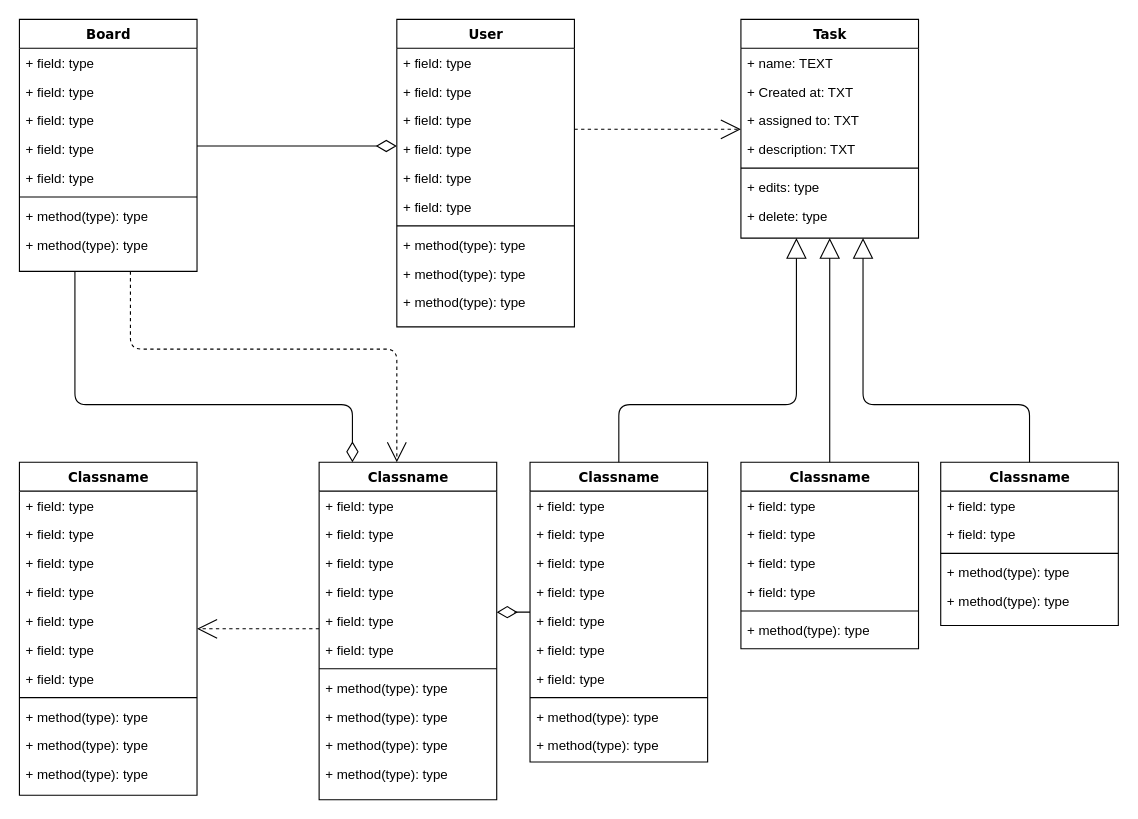
Before: Untitled Diagram.drawio in HFMIRE/To-do-list, a draw.io diagram. Source tidied: cells renumbered, new cells numbered last; positions are measured from the earlier drawing's top-left corner, leaving out a move shared by most shapes. Both pictures are drawn from the tidied source at 111%, with x=0, y=0 at pixel (19, 19).
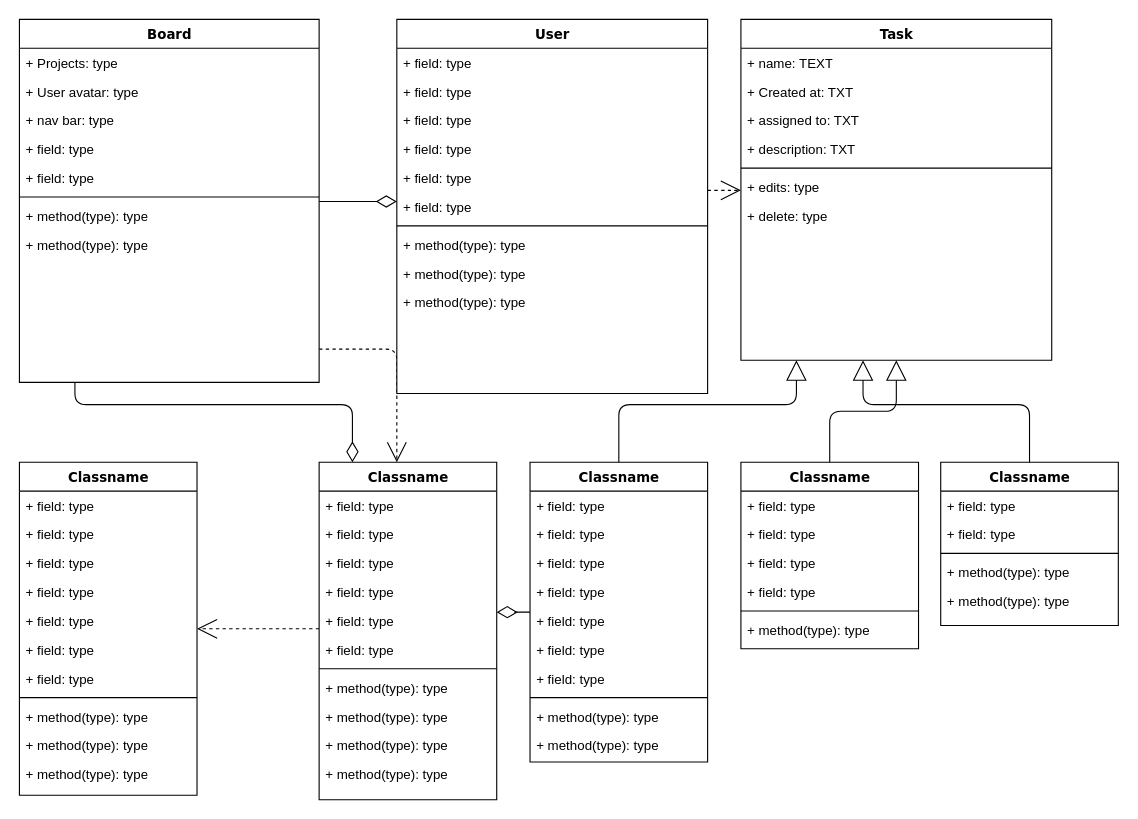
The same diagram, later.

What changed in the source:
```diff
@@
     <mxCell id="4" value="Board" style="swimlane;html=1;fontStyle=1;align=center;verticalAlign=top;horizontal=1;startSize=26;swimlaneFillColor=#ffffff;rounded=0;shadow=0;comic=0;labelBackgroundColor=none;strokeWidth=1;fillColor=none;fontFamily=Verdana;fontSize=12;" parent="1" vertex="1">
-      <mxGeometry width="160" height="227" as="geometry" />
+      <mxGeometry width="270" height="327" as="geometry" />
     </mxCell>
-    <mxCell id="5" value="+ field: type" style="text;html=1;strokeColor=none;fillColor=none;align=left;verticalAlign=top;spacingLeft=4;spacingRight=4;whiteSpace=wrap;overflow=hidden;" parent="4" vertex="1">
-      <mxGeometry y="26" width="160" height="26" as="geometry" />
+    <mxCell id="5" value="+ Projects: type" style="text;html=1;strokeColor=none;fillColor=none;align=left;verticalAlign=top;spacingLeft=4;spacingRight=4;whiteSpace=wrap;overflow=hidden;" parent="4" vertex="1">
+      <mxGeometry y="26" width="270" height="26" as="geometry" />
     </mxCell>
-    <mxCell id="6" value="+ field: type" style="text;html=1;strokeColor=none;fillColor=none;align=left;verticalAlign=top;spacingLeft=4;spacingRight=4;whiteSpace=wrap;overflow=hidden;" parent="4" vertex="1">
-      <mxGeometry y="52" width="160" height="26" as="geometry" />
+    <mxCell id="6" value="+ User avatar: type" style="text;html=1;strokeColor=none;fillColor=none;align=left;verticalAlign=top;spacingLeft=4;spacingRight=4;whiteSpace=wrap;overflow=hidden;" parent="4" vertex="1">
+      <mxGeometry y="52" width="270" height="26" as="geometry" />
     </mxCell>
-    <mxCell id="7" value="+ field: type" style="text;html=1;strokeColor=none;fillColor=none;align=left;verticalAlign=top;spacingLeft=4;spacingRight=4;whiteSpace=wrap;overflow=hidden;" parent="4" vertex="1">
-      <mxGeometry y="78" width="160" height="26" as="geometry" />
+    <mxCell id="7" value="+ nav bar: type" style="text;html=1;strokeColor=none;fillColor=none;align=left;verticalAlign=top;spacingLeft=4;spacingRight=4;whiteSpace=wrap;overflow=hidden;" parent="4" vertex="1">
+      <mxGeometry y="78" width="270" height="26" as="geometry" />
     </mxCell>
     <mxCell id="8" value="+ field: type" style="text;html=1;strokeColor=none;fillColor=none;align=left;verticalAlign=top;spacingLeft=4;spacingRight=4;whiteSpace=wrap;overflow=hidden;" parent="4" vertex="1">
-      <mxGeometry y="104" width="160" height="26" as="geometry" />
+      <mxGeometry y="104" width="270" height="26" as="geometry" />
     </mxCell>
     <mxCell id="9" value="+ field: type" style="text;html=1;strokeColor=none;fillColor=none;align=left;verticalAlign=top;spacingLeft=4;spacingRight=4;whiteSpace=wrap;overflow=hidden;" parent="4" vertex="1">
-      <mxGeometry y="130" width="160" height="26" as="geometry" />
+      <mxGeometry y="130" width="270" height="26" as="geometry" />
     </mxCell>
     <mxCell id="10" style="line;html=1;strokeWidth=1;fillColor=none;align=left;verticalAlign=middle;spacingTop=-1;spacingLeft=3;spacingRight=3;labelPosition=right;" parent="4" vertex="1">
-      <mxGeometry y="156" width="160" height="8" as="geometry" />
+      <mxGeometry y="156" width="270" height="8" as="geometry" />
     </mxCell>
     <mxCell id="11" value="+ method(type): type" style="text;html=1;strokeColor=none;fillColor=none;align=left;verticalAlign=top;spacingLeft=4;spacingRight=4;whiteSpace=wrap;overflow=hidden;" parent="4" vertex="1">
-      <mxGeometry y="164" width="160" height="26" as="geometry" />
+      <mxGeometry y="164" width="270" height="26" as="geometry" />
     </mxCell>
     <mxCell id="12" value="+ method(type): type" style="text;html=1;strokeColor=none;fillColor=none;align=left;verticalAlign=top;spacingLeft=4;spacingRight=4;whiteSpace=wrap;overflow=hidden;" parent="4" vertex="1">
-      <mxGeometry y="190" width="160" height="26" as="geometry" />
+      <mxGeometry y="190" width="270" height="26" as="geometry" />
     </mxCell>
@@
     <mxCell id="14" value="User" style="swimlane;html=1;fontStyle=1;align=center;verticalAlign=top;horizontal=1;startSize=26;swimlaneFillColor=#ffffff;rounded=0;shadow=0;comic=0;labelBackgroundColor=none;strokeWidth=1;fillColor=none;fontFamily=Verdana;fontSize=12;" parent="1" vertex="1">
-      <mxGeometry x="340" width="160" height="277" as="geometry" />
+      <mxGeometry x="340" width="280" height="337" as="geometry" />
     </mxCell>
     <mxCell id="15" value="+ field: type" style="text;html=1;strokeColor=none;fillColor=none;align=left;verticalAlign=top;spacingLeft=4;spacingRight=4;whiteSpace=wrap;overflow=hidden;" parent="14" vertex="1">
-      <mxGeometry y="26" width="160" height="26" as="geometry" />
+      <mxGeometry y="26" width="280" height="26" as="geometry" />
     </mxCell>
     <mxCell id="16" value="+ field: type" style="text;html=1;strokeColor=none;fillColor=none;align=left;verticalAlign=top;spacingLeft=4;spacingRight=4;whiteSpace=wrap;overflow=hidden;" parent="14" vertex="1">
-      <mxGeometry y="52" width="160" height="26" as="geometry" />
+      <mxGeometry y="52" width="280" height="26" as="geometry" />
     </mxCell>
     <mxCell id="17" value="+ field: type" style="text;html=1;strokeColor=none;fillColor=none;align=left;verticalAlign=top;spacingLeft=4;spacingRight=4;whiteSpace=wrap;overflow=hidden;" parent="14" vertex="1">
-      <mxGeometry y="78" width="160" height="26" as="geometry" />
+      <mxGeometry y="78" width="280" height="26" as="geometry" />
     </mxCell>
     <mxCell id="18" value="+ field: type" style="text;html=1;strokeColor=none;fillColor=none;align=left;verticalAlign=top;spacingLeft=4;spacingRight=4;whiteSpace=wrap;overflow=hidden;" parent="14" vertex="1">
-      <mxGeometry y="104" width="160" height="26" as="geometry" />
+      <mxGeometry y="104" width="280" height="26" as="geometry" />
     </mxCell>
     <mxCell id="19" value="+ field: type" style="text;html=1;strokeColor=none;fillColor=none;align=left;verticalAlign=top;spacingLeft=4;spacingRight=4;whiteSpace=wrap;overflow=hidden;" parent="14" vertex="1">
-      <mxGeometry y="130" width="160" height="26" as="geometry" />
+      <mxGeometry y="130" width="280" height="26" as="geometry" />
     </mxCell>
     <mxCell id="20" value="+ field: type" style="text;html=1;strokeColor=none;fillColor=none;align=left;verticalAlign=top;spacingLeft=4;spacingRight=4;whiteSpace=wrap;overflow=hidden;" parent="14" vertex="1">
-      <mxGeometry y="156" width="160" height="26" as="geometry" />
+      <mxGeometry y="156" width="280" height="26" as="geometry" />
     </mxCell>
     <mxCell id="21" style="line;html=1;strokeWidth=1;fillColor=none;align=left;verticalAlign=middle;spacingTop=-1;spacingLeft=3;spacingRight=3;labelPosition=right;" parent="14" vertex="1">
-      <mxGeometry y="182" width="160" height="8" as="geometry" />
+      <mxGeometry y="182" width="280" height="8" as="geometry" />
     </mxCell>
     <mxCell id="22" value="+ method(type): type" style="text;html=1;strokeColor=none;fillColor=none;align=left;verticalAlign=top;spacingLeft=4;spacingRight=4;whiteSpace=wrap;overflow=hidden;" parent="14" vertex="1">
-      <mxGeometry y="190" width="160" height="26" as="geometry" />
+      <mxGeometry y="190" width="280" height="26" as="geometry" />
     </mxCell>
     <mxCell id="23" value="+ method(type): type" style="text;html=1;strokeColor=none;fillColor=none;align=left;verticalAlign=top;spacingLeft=4;spacingRight=4;whiteSpace=wrap;overflow=hidden;" parent="14" vertex="1">
-      <mxGeometry y="216" width="160" height="26" as="geometry" />
+      <mxGeometry y="216" width="280" height="26" as="geometry" />
     </mxCell>
     <mxCell id="24" value="+ method(type): type" style="text;html=1;strokeColor=none;fillColor=none;align=left;verticalAlign=top;spacingLeft=4;spacingRight=4;whiteSpace=wrap;overflow=hidden;" parent="14" vertex="1">
-      <mxGeometry y="242" width="160" height="26" as="geometry" />
+      <mxGeometry y="242" width="280" height="26" as="geometry" />
     </mxCell>
     <mxCell id="25" value="Task" style="swimlane;html=1;fontStyle=1;align=center;verticalAlign=top;horizontal=1;startSize=26;swimlaneFillColor=#ffffff;rounded=0;shadow=0;comic=0;labelBackgroundColor=none;strokeWidth=1;fillColor=none;fontFamily=Verdana;fontSize=12;" parent="1" vertex="1">
-      <mxGeometry x="650" width="160" height="197" as="geometry" />
+      <mxGeometry x="650" width="280" height="307" as="geometry" />
     </mxCell>
     <mxCell id="26" value="+ name: TEXT" style="text;html=1;strokeColor=none;fillColor=none;align=left;verticalAlign=top;spacingLeft=4;spacingRight=4;whiteSpace=wrap;overflow=hidden;" parent="25" vertex="1">
-      <mxGeometry y="26" width="160" height="26" as="geometry" />
+      <mxGeometry y="26" width="280" height="26" as="geometry" />
     </mxCell>
     <mxCell id="27" value="+ Created at: TXT" style="text;html=1;strokeColor=none;fillColor=none;align=left;verticalAlign=top;spacingLeft=4;spacingRight=4;whiteSpace=wrap;overflow=hidden;" parent="25" vertex="1">
-      <mxGeometry y="52" width="160" height="26" as="geometry" />
+      <mxGeometry y="52" width="280" height="26" as="geometry" />
     </mxCell>
     <mxCell id="28" value="+ assigned to: TXT" style="text;html=1;strokeColor=none;fillColor=none;align=left;verticalAlign=top;spacingLeft=4;spacingRight=4;whiteSpace=wrap;overflow=hidden;" parent="25" vertex="1">
-      <mxGeometry y="78" width="160" height="26" as="geometry" />
+      <mxGeometry y="78" width="280" height="26" as="geometry" />
     </mxCell>
     <mxCell id="29" value="+ description: TXT" style="text;html=1;strokeColor=none;fillColor=none;align=left;verticalAlign=top;spacingLeft=4;spacingRight=4;whiteSpace=wrap;overflow=hidden;" parent="25" vertex="1">
-      <mxGeometry y="104" width="160" height="26" as="geometry" />
+      <mxGeometry y="104" width="280" height="26" as="geometry" />
     </mxCell>
     <mxCell id="30" style="line;html=1;strokeWidth=1;fillColor=none;align=left;verticalAlign=middle;spacingTop=-1;spacingLeft=3;spacingRight=3;labelPosition=right;" parent="25" vertex="1">
-      <mxGeometry y="130" width="160" height="8" as="geometry" />
+      <mxGeometry y="130" width="280" height="8" as="geometry" />
     </mxCell>
     <mxCell id="31" value="+ edits: type" style="text;html=1;strokeColor=none;fillColor=none;align=left;verticalAlign=top;spacingLeft=4;spacingRight=4;whiteSpace=wrap;overflow=hidden;" parent="25" vertex="1">
-      <mxGeometry y="138" width="160" height="26" as="geometry" />
+      <mxGeometry y="138" width="280" height="26" as="geometry" />
     </mxCell>
     <mxCell id="32" value="+ delete: type" style="text;html=1;strokeColor=none;fillColor=none;align=left;verticalAlign=top;spacingLeft=4;spacingRight=4;whiteSpace=wrap;overflow=hidden;" parent="25" vertex="1">
-      <mxGeometry y="164" width="160" height="26" as="geometry" />
+      <mxGeometry y="164" width="280" height="26" as="geometry" />
     </mxCell>
```
